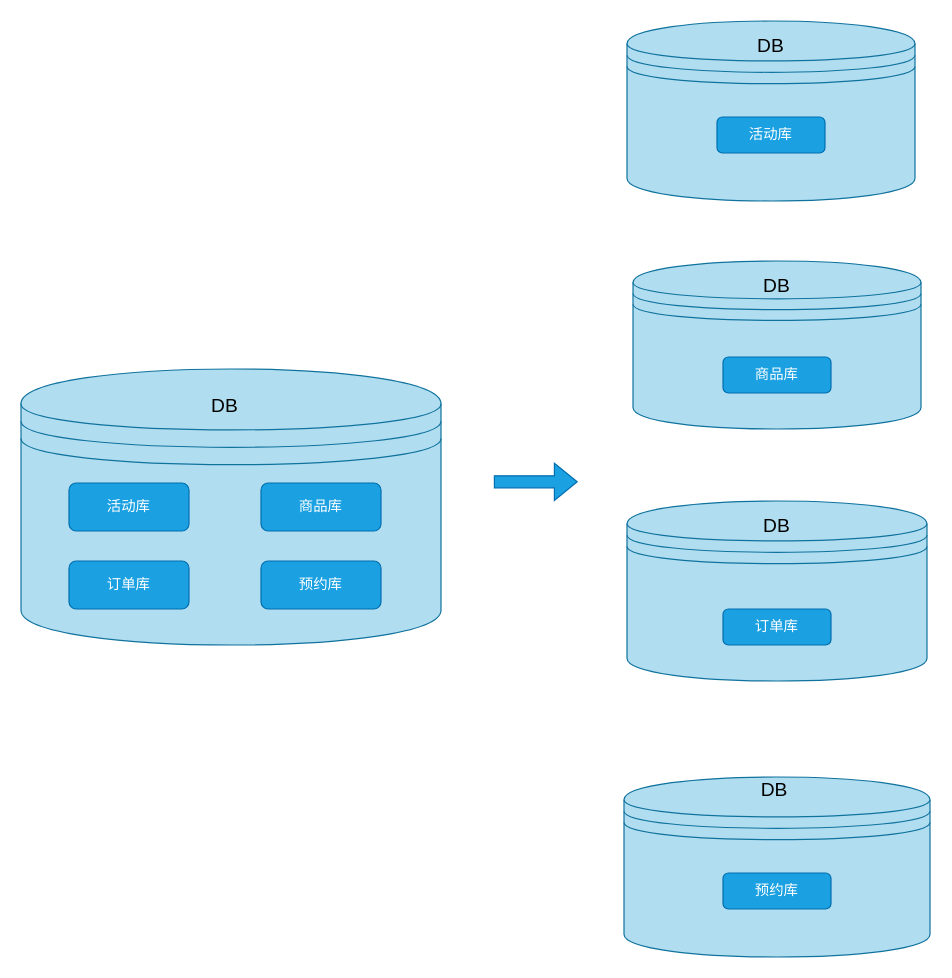
zhenjie-chen/diagrams keeps this draw.io diagram as MySQL/只分库不分表.drawio. Above is the earlier version. Source tidied: cells renumbered, new cells numbered last; positions are measured from the earlier drawing's top-left corner, leaving out a move shared by most shapes. Both pictures are drawn from the tidied source at 120%, with x=0, y=0 at pixel (20, 20).
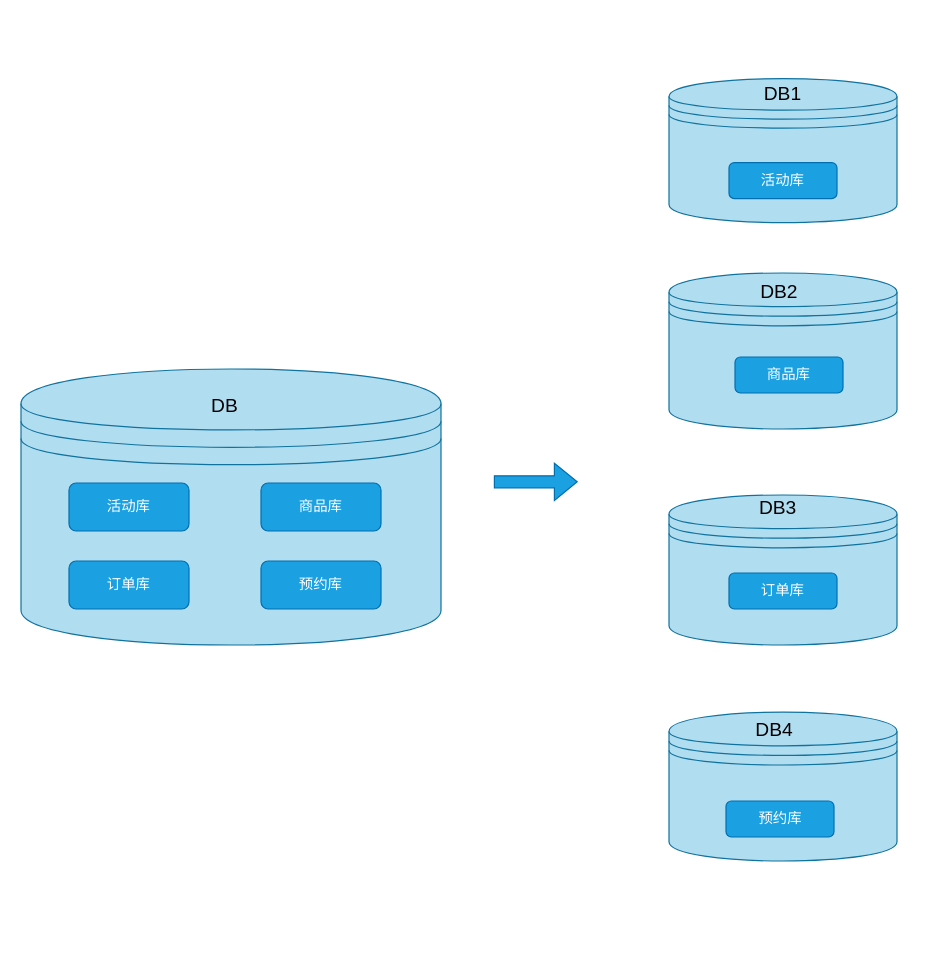
The same page after the edit.

Commit message (it also covers changes not shown here):
更新只分库不分表.drawio

What changed in the source:
```diff
@@
     <mxCell id="8" style="shape=datastore;whiteSpace=wrap;html=1;fillColor=#b1ddf0;strokeColor=#10739e;" parent="1" vertex="1">
-      <mxGeometry x="505" width="240" height="150" as="geometry" />
+      <mxGeometry x="540" y="48" width="190" height="120" as="geometry" />
     </mxCell>
     <mxCell id="9" value="活动库" style="rounded=1;whiteSpace=wrap;html=1;fillColor=#1ba1e2;strokeColor=#006EAF;fontColor=#ffffff;" parent="1" vertex="1">
-      <mxGeometry x="580" y="80" width="90" height="30" as="geometry" />
+      <mxGeometry x="590" y="118" width="90" height="30" as="geometry" />
     </mxCell>
-    <mxCell id="10" value="DB" style="text;html=1;align=center;verticalAlign=middle;whiteSpace=wrap;rounded=0;fontSize=16;" parent="1" vertex="1">
-      <mxGeometry x="585" width="80" height="40" as="geometry" />
+    <mxCell id="10" value="DB1" style="text;html=1;align=center;verticalAlign=middle;whiteSpace=wrap;rounded=0;fontSize=16;" parent="1" vertex="1">
+      <mxGeometry x="595" y="40" width="80" height="40" as="geometry" />
     </mxCell>
     <mxCell id="11" style="shape=datastore;whiteSpace=wrap;html=1;fillColor=#b1ddf0;strokeColor=#10739e;" parent="1" vertex="1">
-      <mxGeometry x="510" y="200" width="240" height="140" as="geometry" />
+      <mxGeometry x="540" y="210" width="190" height="130" as="geometry" />
     </mxCell>
     <mxCell id="12" value="商品库" style="rounded=1;whiteSpace=wrap;html=1;fillColor=#1ba1e2;strokeColor=#006EAF;fontColor=#ffffff;" parent="1" vertex="1">
-      <mxGeometry x="585" y="280" width="90" height="30" as="geometry" />
+      <mxGeometry x="595" y="280" width="90" height="30" as="geometry" />
     </mxCell>
-    <mxCell id="13" value="DB" style="text;html=1;align=center;verticalAlign=middle;whiteSpace=wrap;rounded=0;fontSize=16;" parent="1" vertex="1">
-      <mxGeometry x="590" y="200" width="80" height="40" as="geometry" />
+    <mxCell id="13" value="DB2" style="text;html=1;align=center;verticalAlign=middle;whiteSpace=wrap;rounded=0;fontSize=16;" parent="1" vertex="1">
+      <mxGeometry x="592" y="205" width="80" height="40" as="geometry" />
     </mxCell>
     <mxCell id="14" style="shape=datastore;whiteSpace=wrap;html=1;fillColor=#b1ddf0;strokeColor=#10739e;" parent="1" vertex="1">
-      <mxGeometry x="505" y="400" width="250" height="150" as="geometry" />
+      <mxGeometry x="540" y="395" width="190" height="125" as="geometry" />
     </mxCell>
     <mxCell id="15" value="订单库" style="rounded=1;whiteSpace=wrap;html=1;fillColor=#1ba1e2;strokeColor=#006EAF;fontColor=#ffffff;" parent="1" vertex="1">
-      <mxGeometry x="585" y="490" width="90" height="30" as="geometry" />
+      <mxGeometry x="590" y="460" width="90" height="30" as="geometry" />
     </mxCell>
-    <mxCell id="16" value="DB" style="text;html=1;align=center;verticalAlign=middle;whiteSpace=wrap;rounded=0;fontSize=16;" parent="1" vertex="1">
-      <mxGeometry x="590" y="400" width="80" height="40" as="geometry" />
+    <mxCell id="16" value="DB3" style="text;html=1;align=center;verticalAlign=middle;whiteSpace=wrap;rounded=0;fontSize=16;" parent="1" vertex="1">
+      <mxGeometry x="591" y="385" width="80" height="40" as="geometry" />
     </mxCell>
     <mxCell id="17" style="shape=datastore;whiteSpace=wrap;html=1;fillColor=#b1ddf0;strokeColor=#10739e;" parent="1" vertex="1">
-      <mxGeometry x="502.5" y="630" width="255" height="150" as="geometry" />
+      <mxGeometry x="540" y="576" width="190" height="124" as="geometry" />
     </mxCell>
     <mxCell id="18" value="预约库" style="rounded=1;whiteSpace=wrap;html=1;fillColor=#1ba1e2;strokeColor=#006EAF;fontColor=#ffffff;" parent="1" vertex="1">
-      <mxGeometry x="585" y="710" width="90" height="30" as="geometry" />
+      <mxGeometry x="587.5" y="650" width="90" height="30" as="geometry" />
     </mxCell>
-    <mxCell id="19" value="DB" style="text;html=1;align=center;verticalAlign=middle;whiteSpace=wrap;rounded=0;fontSize=16;" parent="1" vertex="1">
-      <mxGeometry x="587.5" y="620" width="80" height="40" as="geometry" />
+    <mxCell id="19" value="DB4" style="text;html=1;align=center;verticalAlign=middle;whiteSpace=wrap;rounded=0;fontSize=16;" parent="1" vertex="1">
+      <mxGeometry x="587.5" y="570" width="80" height="40" as="geometry" />
     </mxCell>
```
